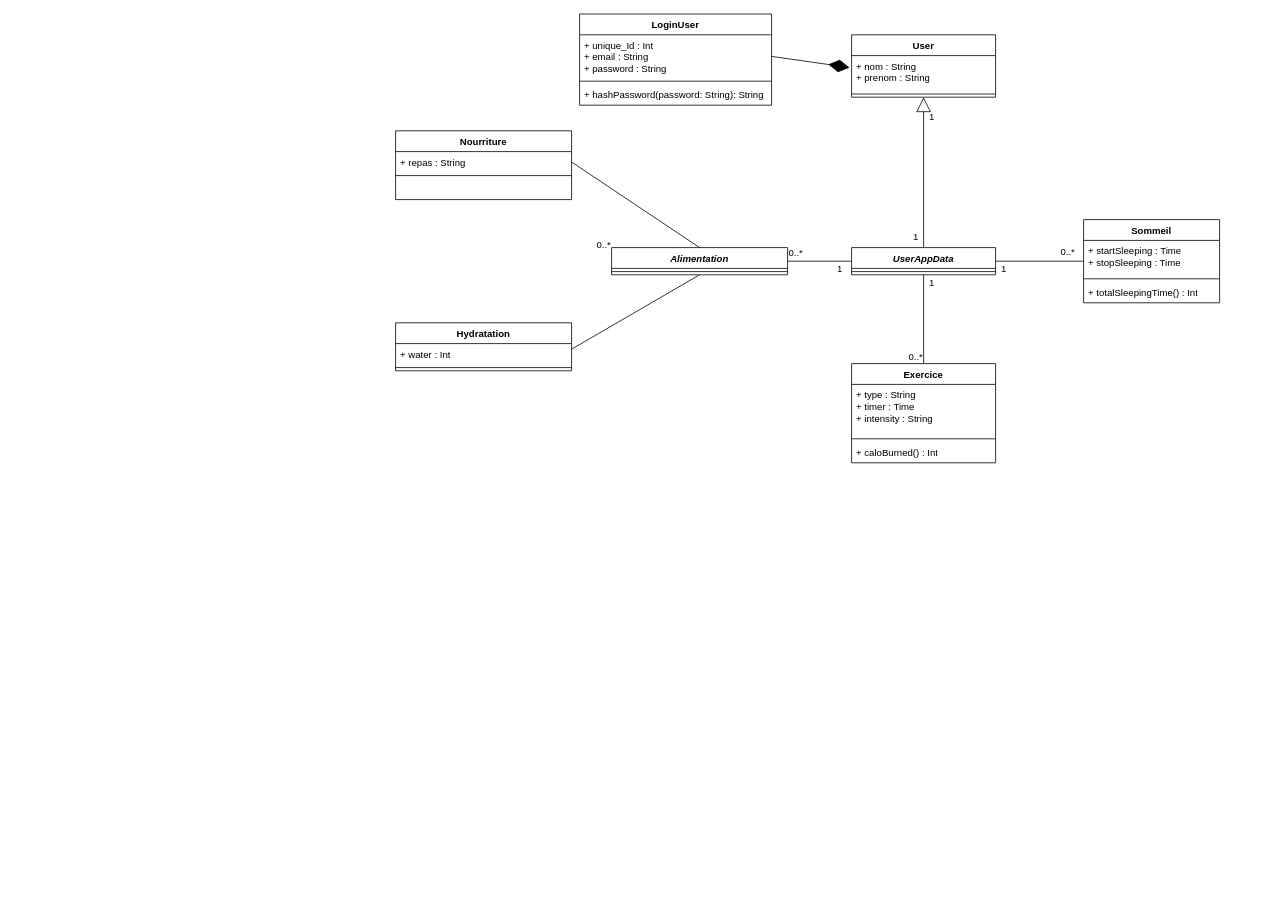
CodeStarter40/P5 keeps this draw.io diagram as P5_Exercice.drawio. Above is the earlier version. Source tidied: cells renumbered, new cells numbered last; positions are measured from the earlier drawing's top-left corner, leaving out a move shared by most shapes. Both pictures are drawn from the tidied source at 80%, with x=0, y=0 at pixel (395, 14).
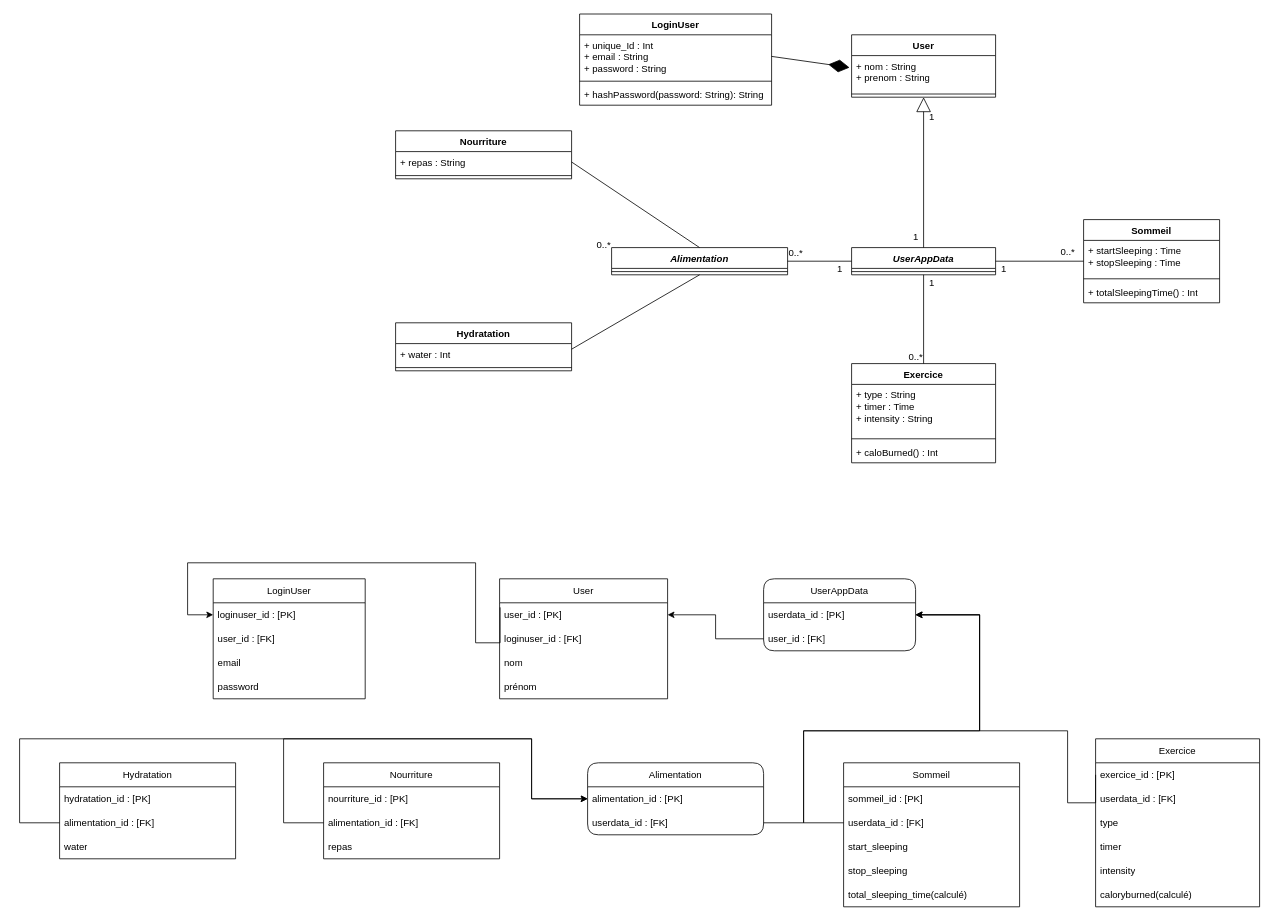
The same diagram, later.

Commit message:
Mettre à jour P5_Exercice.drawio

Change to the diagram source:
```diff
@@
     <mxCell id="35" value="Nourriture" style="swimlane;fontStyle=1;align=center;verticalAlign=top;horizontal=1;startSize=26;whiteSpace=wrap;html=1;" parent="1" vertex="1">
-      <mxGeometry y="146" width="220" height="86" as="geometry" />
+      <mxGeometry y="146" width="220" height="60" as="geometry" />
     </mxCell>
@@
-    <mxCell id="38" value="&lt;div&gt;&lt;br&gt;&lt;/div&gt;" style="text;strokeColor=none;fillColor=none;align=left;verticalAlign=top;spacingLeft=4;spacingRight=4;overflow=hidden;whiteSpace=wrap;html=1;" parent="35" vertex="1">
-      <mxGeometry y="60" width="220" height="26" as="geometry" />
-    </mxCell>
@@
+    <mxCell id="44" value="LoginUser" style="swimlane;fontStyle=0;horizontal=1;startSize=30;whiteSpace=wrap;html=1;" parent="1" vertex="1">
+      <mxGeometry x="-228" y="706" width="190" height="150" as="geometry" />
+    </mxCell>
+    <mxCell id="45" value="loginuser_id : [PK]" style="text;strokeColor=none;fillColor=none;align=left;verticalAlign=middle;spacingLeft=4;spacingRight=4;overflow=hidden;points=[[0,0.5],[1,0.5]];portConstraint=eastwest;whiteSpace=wrap;html=1;" parent="44" vertex="1">
+      <mxGeometry y="30" width="190" height="30" as="geometry" />
+    </mxCell>
+    <mxCell id="46" value="user_id : [FK]" style="text;strokeColor=none;fillColor=none;align=left;verticalAlign=middle;spacingLeft=4;spacingRight=4;overflow=hidden;whiteSpace=wrap;html=1;" parent="44" vertex="1">
+      <mxGeometry y="60" width="190" height="30" as="geometry" />
+    </mxCell>
+    <mxCell id="47" value="email" style="text;strokeColor=none;fillColor=none;align=left;verticalAlign=middle;spacingLeft=4;spacingRight=4;overflow=hidden;whiteSpace=wrap;html=1;" parent="44" vertex="1">
+      <mxGeometry y="90" width="190" height="30" as="geometry" />
+    </mxCell>
+    <mxCell id="48" value="password" style="text;strokeColor=none;fillColor=none;align=left;verticalAlign=middle;spacingLeft=4;spacingRight=4;overflow=hidden;whiteSpace=wrap;html=1;" parent="44" vertex="1">
+      <mxGeometry y="120" width="190" height="30" as="geometry" />
+    </mxCell>
+    <mxCell id="49" value="User" style="swimlane;fontStyle=0;horizontal=1;startSize=30;whiteSpace=wrap;html=1;" parent="1" vertex="1">
+      <mxGeometry x="130" y="706" width="210" height="150" as="geometry" />
+    </mxCell>
+    <mxCell id="50" value="user_id : [PK]" style="text;strokeColor=none;fillColor=none;align=left;verticalAlign=middle;spacingLeft=4;spacingRight=4;overflow=hidden;points=[[0,0.5],[1,0.5]];portConstraint=eastwest;whiteSpace=wrap;html=1;" parent="49" vertex="1">
+      <mxGeometry y="30" width="210" height="30" as="geometry" />
+    </mxCell>
+    <mxCell id="51" value="loginuser_id : [FK]" style="text;strokeColor=none;fillColor=none;align=left;verticalAlign=middle;spacingLeft=4;spacingRight=4;overflow=hidden;whiteSpace=wrap;html=1;" parent="49" vertex="1">
+      <mxGeometry y="60" width="210" height="30" as="geometry" />
+    </mxCell>
+    <mxCell id="52" value="nom" style="text;strokeColor=none;fillColor=none;align=left;verticalAlign=middle;spacingLeft=4;spacingRight=4;overflow=hidden;whiteSpace=wrap;html=1;" parent="49" vertex="1">
+      <mxGeometry y="90" width="210" height="30" as="geometry" />
+    </mxCell>
+    <mxCell id="53" value="prénom" style="text;strokeColor=none;fillColor=none;align=left;verticalAlign=middle;spacingLeft=4;spacingRight=4;overflow=hidden;whiteSpace=wrap;html=1;" parent="49" vertex="1">
+      <mxGeometry y="120" width="210" height="30" as="geometry" />
+    </mxCell>
+    <mxCell id="54" style="edgeStyle=orthogonalEdgeStyle;rounded=0;jettySize=auto;html=1;entryX=0;entryY=0.5;entryDx=0;entryDy=0;exitX=0.003;exitY=0.19;exitDx=0;exitDy=0;exitPerimeter=0;" parent="1" edge="1" source="50" target="45">
+      <mxGeometry relative="1" as="geometry">
+        <Array as="points">
+          <mxPoint x="131" y="786" />
+          <mxPoint x="100" y="786" />
+          <mxPoint x="100" y="686" />
+          <mxPoint x="-260" y="686" />
+          <mxPoint x="-260" y="751" />
+        </Array>
+      </mxGeometry>
+    </mxCell>
+    <mxCell id="55" value="Alimentation" style="swimlane;fontStyle=0;horizontal=1;startSize=30;whiteSpace=wrap;html=1;rounded=1;" parent="1" vertex="1">
+      <mxGeometry x="240" y="936" width="220" height="90" as="geometry" />
+    </mxCell>
+    <mxCell id="56" value="alimentation_id : [PK]" style="text;strokeColor=none;fillColor=none;align=left;verticalAlign=middle;spacingLeft=4;spacingRight=4;overflow=hidden;points=[[0,0.5],[1,0.5]];portConstraint=eastwest;whiteSpace=wrap;html=1;" parent="55" vertex="1">
+      <mxGeometry y="30" width="220" height="30" as="geometry" />
+    </mxCell>
+    <mxCell id="57" value="userdata_id : [FK]" style="text;strokeColor=none;fillColor=none;align=left;verticalAlign=middle;spacingLeft=4;spacingRight=4;overflow=hidden;points=[[0,0.5],[1,0.5]];portConstraint=eastwest;whiteSpace=wrap;html=1;" parent="55" vertex="1">
+      <mxGeometry y="60" width="220" height="30" as="geometry" />
+    </mxCell>
+    <mxCell id="58" value="Nourriture" style="swimlane;fontStyle=0;horizontal=1;startSize=30;whiteSpace=wrap;html=1;" parent="1" vertex="1">
+      <mxGeometry x="-90" y="936" width="220" height="120" as="geometry" />
+    </mxCell>
+    <mxCell id="59" value="nourriture_id : [PK]" style="text;strokeColor=none;fillColor=none;align=left;verticalAlign=middle;spacingLeft=4;spacingRight=4;overflow=hidden;whiteSpace=wrap;html=1;" parent="58" vertex="1">
+      <mxGeometry y="30" width="220" height="30" as="geometry" />
+    </mxCell>
+    <mxCell id="60" value="alimentation_id : [FK]" style="text;strokeColor=none;fillColor=none;align=left;verticalAlign=middle;spacingLeft=4;spacingRight=4;overflow=hidden;points=[[0,0.5],[1,0.5]];portConstraint=eastwest;whiteSpace=wrap;html=1;" parent="58" vertex="1">
+      <mxGeometry y="60" width="220" height="30" as="geometry" />
+    </mxCell>
+    <mxCell id="61" value="repas" style="text;strokeColor=none;fillColor=none;align=left;verticalAlign=middle;spacingLeft=4;spacingRight=4;overflow=hidden;whiteSpace=wrap;html=1;" parent="58" vertex="1">
+      <mxGeometry y="90" width="220" height="30" as="geometry" />
+    </mxCell>
+    <mxCell id="62" value="Sommeil" style="swimlane;fontStyle=0;horizontal=1;startSize=30;whiteSpace=wrap;html=1;" parent="1" vertex="1">
+      <mxGeometry x="560" y="936" width="220" height="180" as="geometry" />
+    </mxCell>
+    <mxCell id="63" value="sommeil_id : [PK]" style="text;strokeColor=none;fillColor=none;align=left;verticalAlign=middle;spacingLeft=4;spacingRight=4;overflow=hidden;whiteSpace=wrap;html=1;" parent="62" vertex="1">
+      <mxGeometry y="30" width="220" height="30" as="geometry" />
+    </mxCell>
+    <mxCell id="64" value="userdata_id : [FK]" style="text;strokeColor=none;fillColor=none;align=left;verticalAlign=middle;spacingLeft=4;spacingRight=4;overflow=hidden;points=[[0,0.5],[1,0.5]];portConstraint=eastwest;whiteSpace=wrap;html=1;" parent="62" vertex="1">
+      <mxGeometry y="60" width="220" height="30" as="geometry" />
+    </mxCell>
+    <mxCell id="65" value="start_sleeping" style="text;strokeColor=none;fillColor=none;align=left;verticalAlign=middle;spacingLeft=4;spacingRight=4;overflow=hidden;whiteSpace=wrap;html=1;" parent="62" vertex="1">
+      <mxGeometry y="90" width="220" height="30" as="geometry" />
+    </mxCell>
+    <mxCell id="66" value="stop_sleeping" style="text;strokeColor=none;fillColor=none;align=left;verticalAlign=middle;spacingLeft=4;spacingRight=4;overflow=hidden;whiteSpace=wrap;html=1;" parent="62" vertex="1">
+      <mxGeometry y="120" width="220" height="30" as="geometry" />
+    </mxCell>
+    <mxCell id="67" value="total_sleeping_time(calculé)" style="text;strokeColor=none;fillColor=none;align=left;verticalAlign=middle;spacingLeft=4;spacingRight=4;overflow=hidden;whiteSpace=wrap;html=1;" parent="62" vertex="1">
+      <mxGeometry y="150" width="220" height="30" as="geometry" />
+    </mxCell>
+    <mxCell id="68" style="edgeStyle=orthogonalEdgeStyle;rounded=0;jettySize=auto;html=1;entryX=0;entryY=0.5;entryDx=0;entryDy=0;exitX=0;exitY=0.5;exitDx=0;exitDy=0;" parent="1" edge="1" source="71" target="56">
+      <mxGeometry relative="1" as="geometry">
+        <Array as="points">
+          <mxPoint x="-470" y="1011" />
+          <mxPoint x="-470" y="906" />
+          <mxPoint x="170" y="906" />
+          <mxPoint x="170" y="981" />
+        </Array>
+      </mxGeometry>
+    </mxCell>
+    <mxCell id="69" value="Hydratation" style="swimlane;fontStyle=0;horizontal=1;startSize=30;whiteSpace=wrap;html=1;" parent="1" vertex="1">
+      <mxGeometry x="-420" y="936" width="220" height="120" as="geometry" />
+    </mxCell>
+    <mxCell id="70" value="hydratation_id : [PK]" style="text;strokeColor=none;fillColor=none;align=left;verticalAlign=middle;spacingLeft=4;spacingRight=4;overflow=hidden;whiteSpace=wrap;html=1;" parent="69" vertex="1">
+      <mxGeometry y="30" width="220" height="30" as="geometry" />
+    </mxCell>
+    <mxCell id="71" value="alimentation_id : [FK]" style="text;strokeColor=none;fillColor=none;align=left;verticalAlign=middle;spacingLeft=4;spacingRight=4;overflow=hidden;points=[[0,0.5],[1,0.5]];portConstraint=eastwest;whiteSpace=wrap;html=1;" parent="69" vertex="1">
+      <mxGeometry y="60" width="220" height="30" as="geometry" />
+    </mxCell>
+    <mxCell id="72" value="water" style="text;strokeColor=none;fillColor=none;align=left;verticalAlign=middle;spacingLeft=4;spacingRight=4;overflow=hidden;whiteSpace=wrap;html=1;" parent="69" vertex="1">
+      <mxGeometry y="90" width="220" height="30" as="geometry" />
+    </mxCell>
+    <mxCell id="73" value="Exercice" style="swimlane;fontStyle=0;horizontal=1;startSize=30;whiteSpace=wrap;html=1;" parent="1" vertex="1">
+      <mxGeometry x="875" y="906" width="205" height="210" as="geometry" />
+    </mxCell>
+    <mxCell id="74" value="exercice_id : [PK]" style="text;strokeColor=none;fillColor=none;align=left;verticalAlign=middle;spacingLeft=4;spacingRight=4;overflow=hidden;points=[[0,0.5],[1,0.5]];portConstraint=eastwest;whiteSpace=wrap;html=1;" parent="73" vertex="1">
+      <mxGeometry y="30" width="205" height="30" as="geometry" />
+    </mxCell>
+    <mxCell id="75" value="userdata_id : [FK]" style="text;strokeColor=none;fillColor=none;align=left;verticalAlign=middle;spacingLeft=4;spacingRight=4;overflow=hidden;whiteSpace=wrap;html=1;" parent="73" vertex="1">
+      <mxGeometry y="60" width="205" height="30" as="geometry" />
+    </mxCell>
+    <mxCell id="76" value="type" style="text;strokeColor=none;fillColor=none;align=left;verticalAlign=middle;spacingLeft=4;spacingRight=4;overflow=hidden;whiteSpace=wrap;html=1;" parent="73" vertex="1">
+      <mxGeometry y="90" width="205" height="30" as="geometry" />
+    </mxCell>
+    <mxCell id="77" value="timer" style="text;strokeColor=none;fillColor=none;align=left;verticalAlign=middle;spacingLeft=4;spacingRight=4;overflow=hidden;whiteSpace=wrap;html=1;" parent="73" vertex="1">
+      <mxGeometry y="120" width="205" height="30" as="geometry" />
+    </mxCell>
+    <mxCell id="78" value="intensity" style="text;strokeColor=none;fillColor=none;align=left;verticalAlign=middle;spacingLeft=4;spacingRight=4;overflow=hidden;whiteSpace=wrap;html=1;" parent="73" vertex="1">
+      <mxGeometry y="150" width="205" height="30" as="geometry" />
+    </mxCell>
+    <mxCell id="79" value="caloryburned(calculé)" style="text;strokeColor=none;fillColor=none;align=left;verticalAlign=middle;spacingLeft=4;spacingRight=4;overflow=hidden;whiteSpace=wrap;html=1;" parent="73" vertex="1">
+      <mxGeometry y="180" width="205" height="30" as="geometry" />
+    </mxCell>
+    <mxCell id="80" style="edgeStyle=orthogonalEdgeStyle;rounded=0;jettySize=auto;html=1;entryX=0;entryY=0.5;entryDx=0;entryDy=0;exitX=0;exitY=0.5;exitDx=0;exitDy=0;" parent="1" edge="1" source="60" target="56">
+      <mxGeometry relative="1" as="geometry">
+        <Array as="points">
+          <mxPoint x="-140" y="1011" />
+          <mxPoint x="-140" y="906" />
+          <mxPoint x="170" y="906" />
+          <mxPoint x="170" y="981" />
+        </Array>
+      </mxGeometry>
+    </mxCell>
+    <mxCell id="81" style="edgeStyle=orthogonalEdgeStyle;rounded=0;jettySize=auto;html=1;entryX=1;entryY=0.5;entryDx=0;entryDy=0;exitX=1;exitY=0.5;exitDx=0;exitDy=0;" parent="1" edge="1" source="57" target="85">
+      <mxGeometry relative="1" as="geometry">
+        <Array as="points">
+          <mxPoint x="510" y="1011" />
+          <mxPoint x="510" y="896" />
+          <mxPoint x="730" y="896" />
+          <mxPoint x="730" y="751" />
+        </Array>
+      </mxGeometry>
+    </mxCell>
+    <mxCell id="82" style="edgeStyle=orthogonalEdgeStyle;rounded=0;jettySize=auto;html=1;entryX=1;entryY=0.5;entryDx=0;entryDy=0;exitX=0;exitY=0.5;exitDx=0;exitDy=0;" parent="1" edge="1" source="64" target="85">
+      <mxGeometry relative="1" as="geometry">
+        <Array as="points">
+          <mxPoint x="510" y="1011" />
+          <mxPoint x="510" y="896" />
+          <mxPoint x="730" y="896" />
+          <mxPoint x="730" y="751" />
+        </Array>
+      </mxGeometry>
+    </mxCell>
+    <mxCell id="83" style="edgeStyle=orthogonalEdgeStyle;rounded=0;jettySize=auto;html=1;entryX=1;entryY=0.5;entryDx=0;entryDy=0;exitX=0;exitY=0.5;exitDx=0;exitDy=0;" parent="1" edge="1" source="74" target="85">
+      <mxGeometry relative="1" as="geometry">
+        <Array as="points">
+          <mxPoint x="875" y="986" />
+          <mxPoint x="840" y="986" />
+          <mxPoint x="840" y="896" />
+          <mxPoint x="730" y="896" />
+          <mxPoint x="730" y="751" />
+        </Array>
+      </mxGeometry>
+    </mxCell>
+    <mxCell id="84" value="UserAppData" style="swimlane;fontStyle=0;horizontal=1;startSize=30;whiteSpace=wrap;html=1;rounded=1;" parent="1" vertex="1">
+      <mxGeometry x="460" y="706" width="190" height="90" as="geometry" />
+    </mxCell>
+    <mxCell id="85" value="userdata_id : [PK]" style="text;strokeColor=none;fillColor=none;align=left;verticalAlign=middle;spacingLeft=4;spacingRight=4;overflow=hidden;points=[[0,0.5],[1,0.5]];portConstraint=eastwest;whiteSpace=wrap;html=1;" parent="84" vertex="1">
+      <mxGeometry y="30" width="190" height="30" as="geometry" />
+    </mxCell>
+    <mxCell id="86" value="user_id : [FK]" style="text;strokeColor=none;fillColor=none;align=left;verticalAlign=middle;spacingLeft=4;spacingRight=4;overflow=hidden;points=[[0,0.5],[1,0.5]];portConstraint=eastwest;whiteSpace=wrap;html=1;" parent="84" vertex="1">
+      <mxGeometry y="60" width="190" height="30" as="geometry" />
+    </mxCell>
+    <mxCell id="87" style="edgeStyle=orthogonalEdgeStyle;rounded=0;jettySize=auto;html=1;entryX=1;entryY=0.5;entryDx=0;entryDy=0;" parent="1" edge="1" source="86" target="50">
+      <mxGeometry relative="1" as="geometry" />
+    </mxCell>
```
